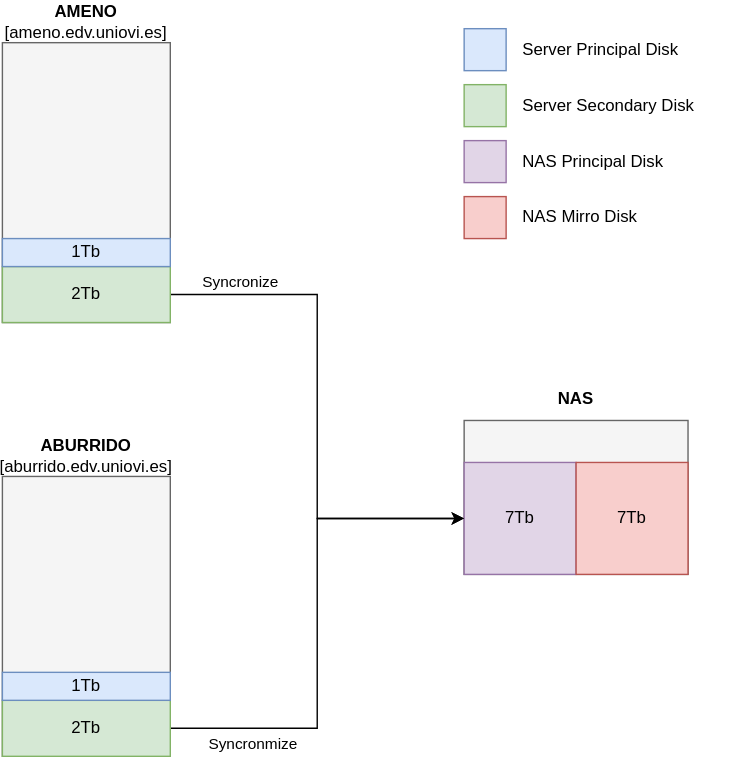
Before: section3/assets/images/disk_architecture.svg, a diagram exported from draw.io (SiMuR-UO/uniovi-simur-wearablepermed-wiki). Source tidied: cells renumbered, new cells last; positions are measured from the earlier drawing's top-left corner, leaving out a move shared by most shapes.
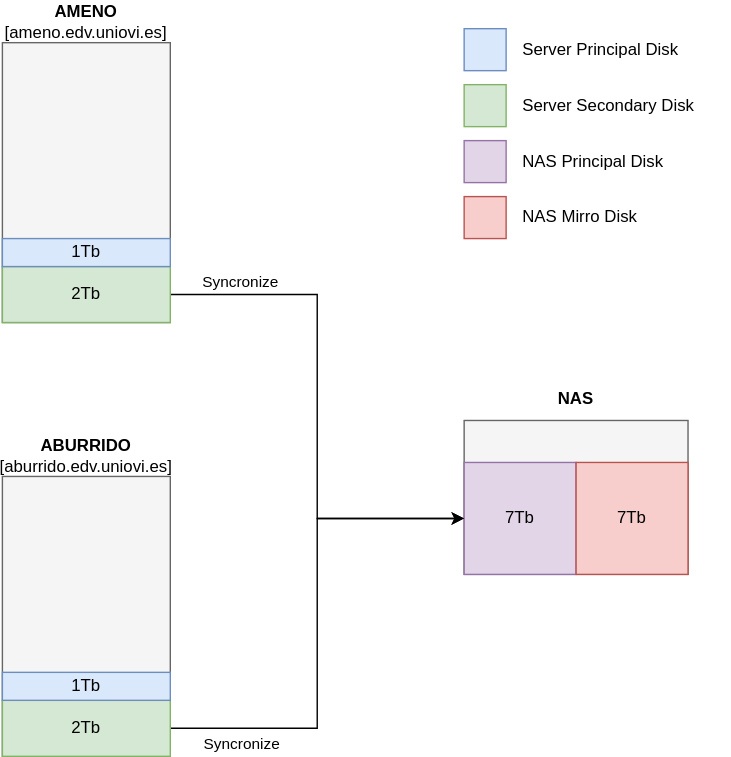
Later version of the same file.

What changed in the source:
```diff
@@ -43,9 +43,9 @@
     <mxCell id="14" style="edgeStyle=orthogonalEdgeStyle;rounded=0;jettySize=auto;html=1;entryX=0;entryY=0.5;entryDx=0;entryDy=0;" parent="1" edge="1" source="16" target="8">
       <mxGeometry relative="1" as="geometry" />
     </mxCell>
-    <mxCell id="15" value="Syncronmize" style="edgeLabel;html=1;align=center;verticalAlign=middle;" parent="14" vertex="1">
+    <mxCell id="15" value="Syncronize" style="edgeLabel;html=1;align=center;verticalAlign=middle;" parent="14" vertex="1">
       <mxGeometry x="-0.68" y="1" relative="1" as="geometry">
-        <mxPoint y="11" as="offset" />
+        <mxPoint x="-8" y="11" as="offset" />
       </mxGeometry>
     </mxCell>
     <mxCell id="16" value="2Tb" style="rounded=0;whiteSpace=wrap;html=1;fillColor=#d5e8d4;strokeColor=#82b366;" parent="1" vertex="1">
```
